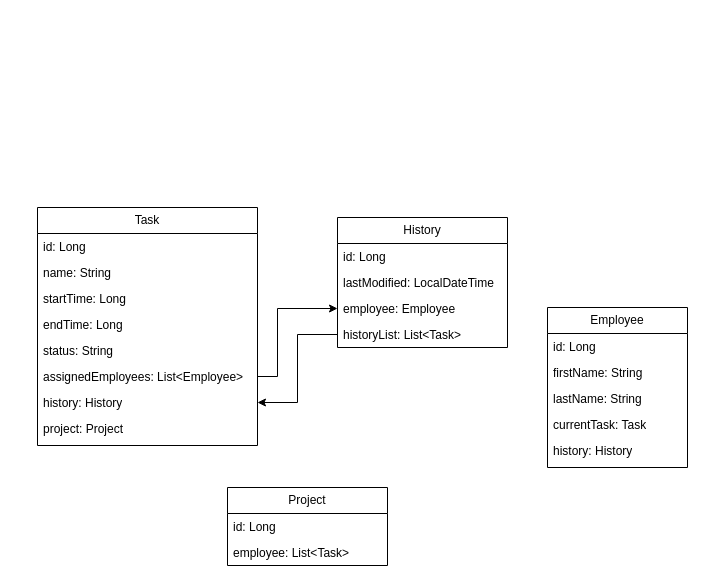
hard-gainer/UML keeps this draw.io diagram as ER.drawio. Above is the earlier version. Source tidied: cells renumbered, new cells numbered last; positions are measured from the earlier drawing's top-left corner, leaving out a move shared by most shapes. Both pictures are drawn from the tidied source at 100%, with x=0, y=0 at pixel (37, 207).
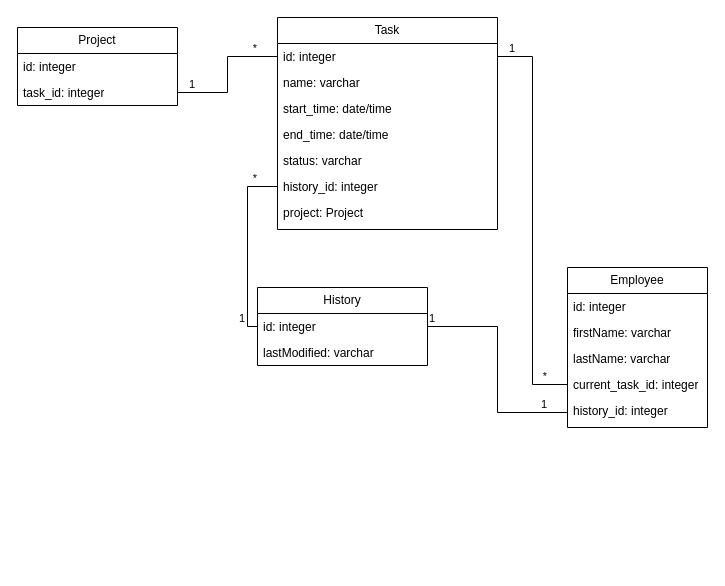
Above is the later version.

What changed in the source:
```diff
@@
     <mxCell id="2" value="Employee" style="swimlane;fontStyle=0;horizontal=1;startSize=26;fillColor=none;whiteSpace=wrap;html=1;" parent="1" vertex="1">
-      <mxGeometry x="510" y="100" width="140" height="160" as="geometry" />
+      <mxGeometry x="530" y="60" width="140" height="160" as="geometry" />
     </mxCell>
-    <mxCell id="3" value="id: Long" style="text;strokeColor=none;fillColor=none;align=left;verticalAlign=top;spacingLeft=4;spacingRight=4;overflow=hidden;whiteSpace=wrap;html=1;" parent="2" vertex="1">
+    <mxCell id="3" value="id: integer" style="text;strokeColor=none;fillColor=none;align=left;verticalAlign=top;spacingLeft=4;spacingRight=4;overflow=hidden;whiteSpace=wrap;html=1;" parent="2" vertex="1">
       <mxGeometry y="26" width="140" height="26" as="geometry" />
     </mxCell>
-    <mxCell id="4" value="firstName: String" style="text;strokeColor=none;fillColor=none;align=left;verticalAlign=top;spacingLeft=4;spacingRight=4;overflow=hidden;whiteSpace=wrap;html=1;" parent="2" vertex="1">
+    <mxCell id="4" value="firstName: varchar" style="text;strokeColor=none;fillColor=none;align=left;verticalAlign=top;spacingLeft=4;spacingRight=4;overflow=hidden;whiteSpace=wrap;html=1;" parent="2" vertex="1">
       <mxGeometry y="52" width="140" height="26" as="geometry" />
     </mxCell>
-    <mxCell id="5" value="lastName: String" style="text;strokeColor=none;fillColor=none;align=left;verticalAlign=top;spacingLeft=4;spacingRight=4;overflow=hidden;whiteSpace=wrap;html=1;" parent="2" vertex="1">
+    <mxCell id="5" value="lastName: varchar" style="text;strokeColor=none;fillColor=none;align=left;verticalAlign=top;spacingLeft=4;spacingRight=4;overflow=hidden;whiteSpace=wrap;html=1;" parent="2" vertex="1">
       <mxGeometry y="78" width="140" height="26" as="geometry" />
     </mxCell>
-    <mxCell id="6" value="currentTask: Task" style="text;strokeColor=none;fillColor=none;align=left;verticalAlign=top;spacingLeft=4;spacingRight=4;overflow=hidden;points=[[0,0.5],[1,0.5]];portConstraint=eastwest;whiteSpace=wrap;html=1;" parent="2" vertex="1">
+    <mxCell id="6" value="current_task_id: integer" style="text;strokeColor=none;fillColor=none;align=left;verticalAlign=top;spacingLeft=4;spacingRight=4;overflow=hidden;points=[[0,0.5],[1,0.5]];portConstraint=eastwest;whiteSpace=wrap;html=1;" parent="2" vertex="1">
       <mxGeometry y="104" width="140" height="26" as="geometry" />
     </mxCell>
-    <mxCell id="7" value="history: History" style="text;strokeColor=none;fillColor=none;align=left;verticalAlign=top;spacingLeft=4;spacingRight=4;overflow=hidden;points=[[0,0.5],[1,0.5]];portConstraint=eastwest;whiteSpace=wrap;html=1;" parent="2" vertex="1">
+    <mxCell id="7" value="history_id: integer" style="text;strokeColor=none;fillColor=none;align=left;verticalAlign=top;spacingLeft=4;spacingRight=4;overflow=hidden;points=[[0,0.5],[1,0.5]];portConstraint=eastwest;whiteSpace=wrap;html=1;" parent="2" vertex="1">
       <mxGeometry y="130" width="140" height="30" as="geometry" />
     </mxCell>
     <mxCell id="8" value="Task" style="swimlane;fontStyle=0;horizontal=1;startSize=26;fillColor=none;whiteSpace=wrap;html=1;" parent="1" vertex="1">
-      <mxGeometry width="220" height="238" as="geometry" />
+      <mxGeometry x="240" y="-190" width="220" height="212" as="geometry" />
     </mxCell>
-    <mxCell id="9" value="id: Long" style="text;strokeColor=none;fillColor=none;align=left;verticalAlign=top;spacingLeft=4;spacingRight=4;overflow=hidden;points=[[0,0.5],[1,0.5]];portConstraint=eastwest;whiteSpace=wrap;html=1;" parent="8" vertex="1">
+    <mxCell id="9" value="id: integer" style="text;strokeColor=none;fillColor=none;align=left;verticalAlign=top;spacingLeft=4;spacingRight=4;overflow=hidden;points=[[0,0.5],[1,0.5]];portConstraint=eastwest;whiteSpace=wrap;html=1;" parent="8" vertex="1">
       <mxGeometry y="26" width="220" height="26" as="geometry" />
     </mxCell>
-    <mxCell id="10" value="name: String" style="text;strokeColor=none;fillColor=none;align=left;verticalAlign=top;spacingLeft=4;spacingRight=4;overflow=hidden;whiteSpace=wrap;html=1;" parent="8" vertex="1">
+    <mxCell id="10" value="name: varchar" style="text;strokeColor=none;fillColor=none;align=left;verticalAlign=top;spacingLeft=4;spacingRight=4;overflow=hidden;whiteSpace=wrap;html=1;" parent="8" vertex="1">
       <mxGeometry y="52" width="220" height="26" as="geometry" />
     </mxCell>
-    <mxCell id="11" value="startTime: Long" style="text;strokeColor=none;fillColor=none;align=left;verticalAlign=top;spacingLeft=4;spacingRight=4;overflow=hidden;whiteSpace=wrap;html=1;" parent="8" vertex="1">
+    <mxCell id="11" value="start_time: date/time" style="text;strokeColor=none;fillColor=none;align=left;verticalAlign=top;spacingLeft=4;spacingRight=4;overflow=hidden;whiteSpace=wrap;html=1;" parent="8" vertex="1">
       <mxGeometry y="78" width="220" height="26" as="geometry" />
     </mxCell>
-    <mxCell id="12" value="endTime: Long" style="text;strokeColor=none;fillColor=none;align=left;verticalAlign=top;spacingLeft=4;spacingRight=4;overflow=hidden;whiteSpace=wrap;html=1;" parent="8" vertex="1">
+    <mxCell id="12" value="end_time: date/time" style="text;strokeColor=none;fillColor=none;align=left;verticalAlign=top;spacingLeft=4;spacingRight=4;overflow=hidden;whiteSpace=wrap;html=1;" parent="8" vertex="1">
       <mxGeometry y="104" width="220" height="26" as="geometry" />
     </mxCell>
-    <mxCell id="13" value="status: String" style="text;strokeColor=none;fillColor=none;align=left;verticalAlign=top;spacingLeft=4;spacingRight=4;overflow=hidden;whiteSpace=wrap;html=1;" parent="8" vertex="1">
+    <mxCell id="13" value="status: varchar" style="text;strokeColor=none;fillColor=none;align=left;verticalAlign=top;spacingLeft=4;spacingRight=4;overflow=hidden;whiteSpace=wrap;html=1;" parent="8" vertex="1">
       <mxGeometry y="130" width="220" height="26" as="geometry" />
     </mxCell>
-    <mxCell id="14" value="assignedEmployees: List&amp;lt;Employee&amp;gt;&amp;nbsp;" style="text;strokeColor=none;fillColor=none;align=left;verticalAlign=top;spacingLeft=4;spacingRight=4;overflow=hidden;points=[[0,0.5],[1,0.5]];portConstraint=eastwest;whiteSpace=wrap;html=1;" parent="8" vertex="1">
-      <mxGeometry y="156" width="220" height="26" as="geometry" />
-    </mxCell>
-    <mxCell id="15" value="history: History" style="text;strokeColor=none;fillColor=none;align=left;verticalAlign=top;spacingLeft=4;spacingRight=4;overflow=hidden;points=[[0,0.5],[1,0.5]];portConstraint=eastwest;whiteSpace=wrap;html=1;" parent="8" vertex="1">
-      <mxGeometry y="182" width="220" height="26" as="geometry" />
+    <mxCell id="15" value="history_id: integer" style="text;strokeColor=none;fillColor=none;align=left;verticalAlign=top;spacingLeft=4;spacingRight=4;overflow=hidden;points=[[0,0.5],[1,0.5]];portConstraint=eastwest;whiteSpace=wrap;html=1;" parent="8" vertex="1">
+      <mxGeometry y="156" width="220" height="26" as="geometry" />
     </mxCell>
     <mxCell id="16" value="project: Project" style="text;strokeColor=none;fillColor=none;align=left;verticalAlign=top;spacingLeft=4;spacingRight=4;overflow=hidden;whiteSpace=wrap;html=1;" parent="8" vertex="1">
-      <mxGeometry y="208" width="220" height="30" as="geometry" />
+      <mxGeometry y="182" width="220" height="30" as="geometry" />
     </mxCell>
     <mxCell id="17" value="Project" style="swimlane;fontStyle=0;horizontal=1;startSize=26;fillColor=none;whiteSpace=wrap;html=1;" parent="1" vertex="1">
-      <mxGeometry x="190" y="280" width="160" height="78" as="geometry" />
+      <mxGeometry x="-20" y="-180" width="160" height="78" as="geometry" />
     </mxCell>
-    <mxCell id="18" value="id: Long" style="text;strokeColor=none;fillColor=none;align=left;verticalAlign=top;spacingLeft=4;spacingRight=4;overflow=hidden;whiteSpace=wrap;html=1;" parent="17" vertex="1">
+    <mxCell id="18" value="id: integer" style="text;strokeColor=none;fillColor=none;align=left;verticalAlign=top;spacingLeft=4;spacingRight=4;overflow=hidden;whiteSpace=wrap;html=1;" parent="17" vertex="1">
       <mxGeometry y="26" width="160" height="26" as="geometry" />
     </mxCell>
-    <mxCell id="19" value="employee: List&amp;lt;Task&amp;gt;" style="text;strokeColor=none;fillColor=none;align=left;verticalAlign=top;spacingLeft=4;spacingRight=4;overflow=hidden;points=[[0,0.5],[1,0.5]];portConstraint=eastwest;whiteSpace=wrap;html=1;" parent="17" vertex="1">
+    <mxCell id="19" value="task_id: integer" style="text;strokeColor=none;fillColor=none;align=left;verticalAlign=top;spacingLeft=4;spacingRight=4;overflow=hidden;points=[[0,0.5],[1,0.5]];portConstraint=eastwest;whiteSpace=wrap;html=1;" parent="17" vertex="1">
       <mxGeometry y="52" width="160" height="26" as="geometry" />
     </mxCell>
     <mxCell id="20" value="History" style="swimlane;fontStyle=0;horizontal=1;startSize=26;fillColor=none;whiteSpace=wrap;html=1;" parent="1" vertex="1">
-      <mxGeometry x="300" y="10" width="170" height="130" as="geometry" />
+      <mxGeometry x="220" y="80" width="170" height="78" as="geometry" />
     </mxCell>
-    <mxCell id="21" value="id: Long" style="text;strokeColor=none;fillColor=none;align=left;verticalAlign=top;spacingLeft=4;spacingRight=4;overflow=hidden;points=[[0,0.5],[1,0.5]];portConstraint=eastwest;whiteSpace=wrap;html=1;" parent="20" vertex="1">
+    <mxCell id="21" value="id: integer" style="text;strokeColor=none;fillColor=none;align=left;verticalAlign=top;spacingLeft=4;spacingRight=4;overflow=hidden;points=[[0,0.5],[1,0.5]];portConstraint=eastwest;whiteSpace=wrap;html=1;" parent="20" vertex="1">
       <mxGeometry y="26" width="170" height="26" as="geometry" />
     </mxCell>
-    <mxCell id="22" value="lastModified: LocalDateTime" style="text;strokeColor=none;fillColor=none;align=left;verticalAlign=top;spacingLeft=4;spacingRight=4;overflow=hidden;whiteSpace=wrap;html=1;" parent="20" vertex="1">
+    <mxCell id="22" value="lastModified: varchar" style="text;strokeColor=none;fillColor=none;align=left;verticalAlign=top;spacingLeft=4;spacingRight=4;overflow=hidden;whiteSpace=wrap;html=1;" parent="20" vertex="1">
       <mxGeometry y="52" width="170" height="26" as="geometry" />
     </mxCell>
-    <mxCell id="23" value="employee: Employee" style="text;strokeColor=none;fillColor=none;align=left;verticalAlign=top;spacingLeft=4;spacingRight=4;overflow=hidden;points=[[0,0.5],[1,0.5]];portConstraint=eastwest;whiteSpace=wrap;html=1;" parent="20" vertex="1">
-      <mxGeometry y="78" width="170" height="26" as="geometry" />
-    </mxCell>
-    <mxCell id="24" value="historyList: List&amp;lt;Task&amp;gt;" style="text;strokeColor=none;fillColor=none;align=left;verticalAlign=top;spacingLeft=4;spacingRight=4;overflow=hidden;points=[[0,0.5],[1,0.5]];portConstraint=eastwest;whiteSpace=wrap;html=1;" parent="20" vertex="1">
-      <mxGeometry y="104" width="170" height="26" as="geometry" />
-    </mxCell>
-    <mxCell id="25" style="edgeStyle=orthogonalEdgeStyle;rounded=0;jettySize=auto;html=1;exitX=1;exitY=0.5;exitDx=0;exitDy=0;entryX=0;entryY=0.5;entryDx=0;entryDy=0;" parent="1" edge="1" source="14" target="23">
-      <mxGeometry relative="1" as="geometry">
-        <Array as="points">
-          <mxPoint x="240" y="169" />
-          <mxPoint x="240" y="101" />
-        </Array>
-      </mxGeometry>
-    </mxCell>
-    <mxCell id="26" style="edgeStyle=orthogonalEdgeStyle;rounded=0;jettySize=auto;html=1;exitX=0;exitY=0.5;exitDx=0;exitDy=0;entryX=1;entryY=0.5;entryDx=0;entryDy=0;" parent="1" edge="1" source="24" target="15">
-      <mxGeometry relative="1" as="geometry">
-        <Array as="points">
-          <mxPoint x="260" y="127" />
-          <mxPoint x="260" y="195" />
-        </Array>
-      </mxGeometry>
-    </mxCell>
+    <mxCell id="27" style="endArrow=none;html=1;edgeStyle=orthogonalEdgeStyle;rounded=0;exitX=1;exitY=0.5;exitDx=0;exitDy=0;entryX=0;entryY=0.5;entryDx=0;entryDy=0;" parent="1" edge="1" source="21" target="7">
+      <mxGeometry relative="1" as="geometry" />
+    </mxCell>
+    <mxCell id="28" value="1" style="edgeLabel;html=1;align=left;verticalAlign=bottom;" parent="27" vertex="1">
+      <mxGeometry x="-1" relative="1" as="geometry" />
+    </mxCell>
+    <mxCell id="29" value="1" style="edgeLabel;html=1;align=right;verticalAlign=bottom;" parent="27" vertex="1">
+      <mxGeometry x="1" relative="1" as="geometry">
+        <mxPoint x="-20" as="offset" />
+      </mxGeometry>
+    </mxCell>
+    <mxCell id="30" style="endArrow=none;html=1;edgeStyle=orthogonalEdgeStyle;rounded=0;exitX=1;exitY=0.5;exitDx=0;exitDy=0;entryX=0;entryY=0.5;entryDx=0;entryDy=0;" parent="1" edge="1" source="9" target="6">
+      <mxGeometry relative="1" as="geometry" />
+    </mxCell>
+    <mxCell id="31" value="1" style="edgeLabel;html=1;align=left;verticalAlign=bottom;" parent="30" vertex="1">
+      <mxGeometry x="-1" relative="1" as="geometry">
+        <mxPoint x="10" as="offset" />
+      </mxGeometry>
+    </mxCell>
+    <mxCell id="32" value="*" style="edgeLabel;html=1;align=right;verticalAlign=bottom;" parent="30" vertex="1">
+      <mxGeometry x="1" relative="1" as="geometry">
+        <mxPoint x="-20" as="offset" />
+      </mxGeometry>
+    </mxCell>
+    <mxCell id="33" style="endArrow=none;html=1;edgeStyle=orthogonalEdgeStyle;rounded=0;exitX=0;exitY=0.5;exitDx=0;exitDy=0;entryX=0;entryY=0.5;entryDx=0;entryDy=0;" parent="1" edge="1" source="21" target="15">
+      <mxGeometry relative="1" as="geometry" />
+    </mxCell>
+    <mxCell id="34" value="1" style="edgeLabel;html=1;align=left;verticalAlign=bottom;" parent="33" vertex="1">
+      <mxGeometry x="-1" relative="1" as="geometry">
+        <mxPoint x="-20" as="offset" />
+      </mxGeometry>
+    </mxCell>
+    <mxCell id="35" value="*" style="edgeLabel;html=1;align=right;verticalAlign=bottom;" parent="33" vertex="1">
+      <mxGeometry x="1" relative="1" as="geometry">
+        <mxPoint x="-20" as="offset" />
+      </mxGeometry>
+    </mxCell>
+    <mxCell id="36" style="endArrow=none;html=1;edgeStyle=orthogonalEdgeStyle;rounded=0;exitX=1;exitY=0.5;exitDx=0;exitDy=0;entryX=0;entryY=0.5;entryDx=0;entryDy=0;" parent="1" edge="1" source="19" target="9">
+      <mxGeometry relative="1" as="geometry" />
+    </mxCell>
+    <mxCell id="37" value="1" style="edgeLabel;html=1;align=left;verticalAlign=bottom;" parent="36" vertex="1">
+      <mxGeometry x="-1" relative="1" as="geometry">
+        <mxPoint x="10" as="offset" />
+      </mxGeometry>
+    </mxCell>
+    <mxCell id="38" value="*" style="edgeLabel;html=1;align=right;verticalAlign=bottom;" parent="36" vertex="1">
+      <mxGeometry x="1" relative="1" as="geometry">
+        <mxPoint x="-20" as="offset" />
+      </mxGeometry>
+    </mxCell>
```
